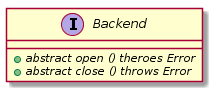
The PlantUML diagram report/figures/design/class/log/backend.png in geoffjay/comp8506-docs, before a commit.
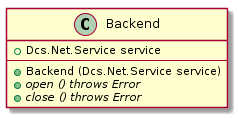
The same diagram one commit later.

The edit, as a diff of the source:
```diff
@@ -1,6 +1,9 @@
 @startuml
-interface Backend {
-    +{abstract}abstract open () theroes Error
-    +{abstract}abstract close () throws Error
+class Backend {
+    +Dcs.Net.Service service
+    ----
+    +Backend (Dcs.Net.Service service)
+    +{abstract} open () throws Error
+    +{abstract} close () throws Error
 }
 @enduml
```
